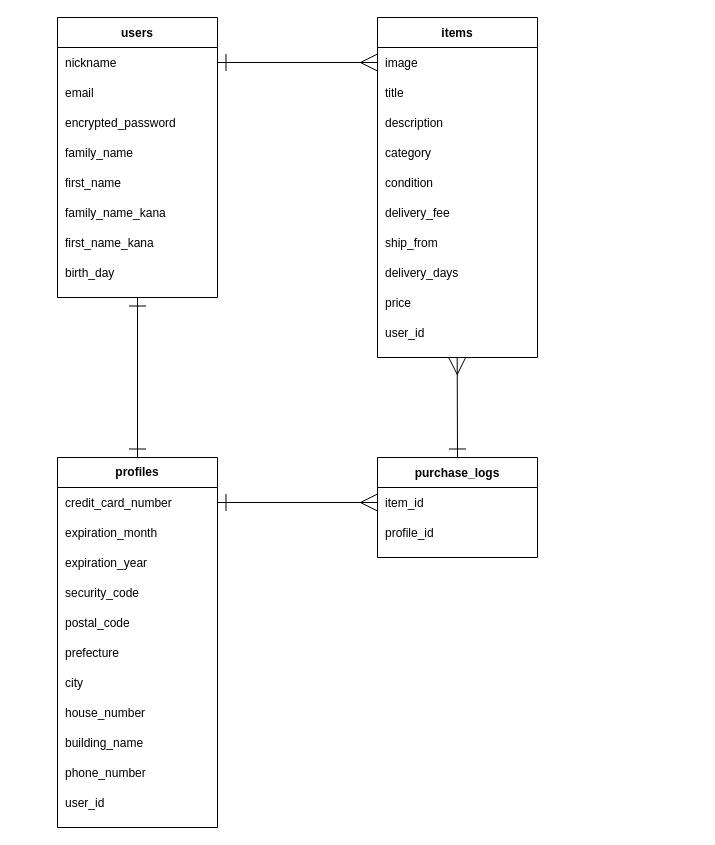
Before: er.dio in Maikowazowski/furima-35921, a draw.io diagram. Source tidied: cells renumbered, new cells numbered last; positions are measured from the earlier drawing's top-left corner, leaving out a move shared by most shapes. Both pictures are drawn from the tidied source at 100%, with x=0, y=0 at pixel (57, 17).
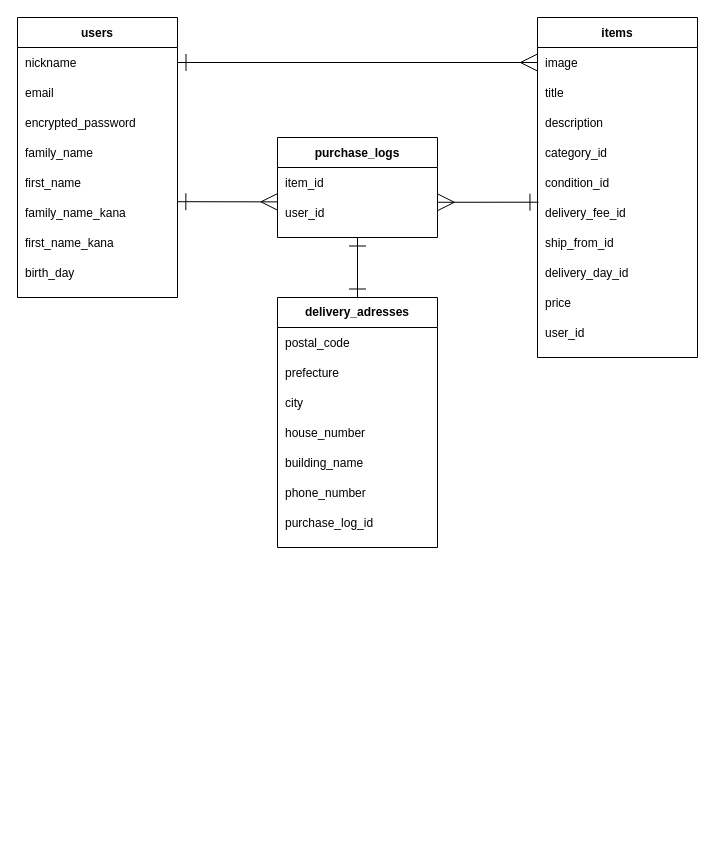
After the change.

Commit message (it also covers changes not shown here):
テーブル設計修正

Unchanged cells that the change refers to:
```xml
<mxCell id="15" style="shape=partialRectangle;fillColor=none;top=0;left=0;bottom=0;right=0;points=[[0,0.5],[1,0.5]];portConstraint=eastwest;" parent="4" vertex="1">
  <mxGeometry y="180" width="160" height="30" as="geometry" />
</mxCell>
<mxCell id="51" style="shape=partialRectangle;fillColor=none;top=0;left=0;bottom=0;right=0;" parent="44" vertex="1">
  <mxGeometry y="120" width="160" height="30" as="geometry" />
</mxCell>
<mxCell id="53" style="shape=partialRectangle;fillColor=none;top=0;left=0;bottom=0;right=0;" parent="44" vertex="1">
  <mxGeometry y="150" width="160" height="30" as="geometry" />
</mxCell>
<mxCell id="55" style="shape=partialRectangle;fillColor=none;top=0;left=0;bottom=0;right=0;points=[[0,0.5],[1,0.5]];portConstraint=eastwest;" parent="44" vertex="1">
  <mxGeometry y="180" width="160" height="30" as="geometry" />
</mxCell>
<mxCell id="57" style="shape=partialRectangle;fillColor=none;top=0;left=0;bottom=0;right=0;" parent="44" vertex="1">
  <mxGeometry y="210" width="160" height="30" as="geometry" />
</mxCell>
<mxCell id="59" style="shape=partialRectangle;fillColor=none;top=0;left=0;bottom=0;right=0;" parent="44" vertex="1">
  <mxGeometry y="240" width="160" height="30" as="geometry" />
</mxCell>
<mxCell id="67" style="shape=partialRectangle;fillColor=none;top=0;left=0;bottom=0;right=0;points=[[0,0.5],[1,0.5]];portConstraint=eastwest;" parent="66" vertex="1">
  <mxGeometry y="30" width="160" height="30" as="geometry" />
</mxCell>
<mxCell id="69" style="shape=partialRectangle;fillColor=none;top=0;left=0;bottom=0;right=0;points=[[0,0.5],[1,0.5]];portConstraint=eastwest;" parent="66" vertex="1">
  <mxGeometry y="60" width="160" height="30" as="geometry" />
</mxCell>
```

Diff of the diagram source:
```diff
@@
-    <mxCell id="3" style="edgeStyle=none;rounded=0;jettySize=auto;html=1;exitX=0.5;exitY=1;exitDx=0;exitDy=0;entryX=0.5;entryY=0;entryDx=0;entryDy=0;startArrow=ERone;startFill=0;endArrow=ERone;endFill=0;startSize=15;endSize=15;strokeWidth=1;" parent="1" edge="1" source="4" target="21">
-      <mxGeometry relative="1" as="geometry" />
-    </mxCell>
     <mxCell id="4" value="users" style="shape=table;startSize=30;childLayout=tableLayout;rowLines=0;fontStyle=1;align=center;" parent="1" vertex="1">
-      <mxGeometry width="160" height="280" as="geometry" />
+      <mxGeometry x="-40" width="160" height="280" as="geometry" />
     </mxCell>
@@
-    <mxCell id="21" value="profiles" style="shape=table;startSize=30;childLayout=tableLayout;rowLines=0;fontStyle=1;align=center;labelBorderColor=none;whiteSpace=wrap;gradientColor=#ffffff;" parent="1" vertex="1">
-      <mxGeometry y="440" width="160" height="370" as="geometry" />
+    <mxCell id="21" value="delivery_adresses" style="shape=table;startSize=30;childLayout=tableLayout;rowLines=0;fontStyle=1;align=center;labelBorderColor=none;whiteSpace=wrap;gradientColor=#ffffff;" parent="1" vertex="1">
+      <mxGeometry x="220" y="280" width="160" height="250" as="geometry" />
     </mxCell>
-    <mxCell id="22" style="shape=partialRectangle;fillColor=none;top=0;left=0;bottom=0;right=0;points=[[0,0.5],[1,0.5]];portConstraint=eastwest;" parent="21" vertex="1">
-      <mxGeometry y="30" width="160" height="30" as="geometry" />
-    </mxCell>
-    <mxCell id="23" value="credit_card_number" style="shape=partialRectangle;fillColor=none;top=0;left=0;bottom=0;right=0;align=left;spacingLeft=6;overflow=hidden;" parent="22" vertex="1">
-      <mxGeometry width="160" height="30" as="geometry" />
-    </mxCell>
-    <mxCell id="24" style="shape=partialRectangle;fillColor=none;top=0;left=0;bottom=0;right=0;" parent="21" vertex="1">
-      <mxGeometry y="60" width="160" height="30" as="geometry" />
-    </mxCell>
-    <mxCell id="25" value="expiration_month" style="shape=partialRectangle;fillColor=none;top=0;left=0;bottom=0;right=0;align=left;spacingLeft=6;overflow=hidden;" parent="24" vertex="1">
-      <mxGeometry width="160" height="30" as="geometry" />
-    </mxCell>
-    <mxCell id="26" style="shape=partialRectangle;fillColor=none;top=0;left=0;bottom=0;right=0;" parent="21" vertex="1">
-      <mxGeometry y="90" width="160" height="30" as="geometry" />
-    </mxCell>
-    <mxCell id="27" value="expiration_year" style="shape=partialRectangle;fillColor=none;top=0;left=0;bottom=0;right=0;align=left;spacingLeft=6;overflow=hidden;" parent="26" vertex="1">
-      <mxGeometry width="160" height="30" as="geometry" />
-    </mxCell>
-    <mxCell id="28" style="shape=partialRectangle;fillColor=none;top=0;left=0;bottom=0;right=0;" parent="21" vertex="1">
-      <mxGeometry y="120" width="160" height="30" as="geometry" />
-    </mxCell>
-    <mxCell id="29" value="security_code" style="shape=partialRectangle;fillColor=none;top=0;left=0;bottom=0;right=0;align=left;spacingLeft=6;overflow=hidden;" parent="28" vertex="1">
-      <mxGeometry width="160" height="30" as="geometry" />
-    </mxCell>
     <mxCell id="30" style="shape=partialRectangle;fillColor=none;top=0;left=0;bottom=0;right=0;" parent="21" vertex="1">
-      <mxGeometry y="150" width="160" height="30" as="geometry" />
+      <mxGeometry y="30" width="160" height="30" as="geometry" />
     </mxCell>
@@
     <mxCell id="32" style="shape=partialRectangle;fillColor=none;top=0;left=0;bottom=0;right=0;" parent="21" vertex="1">
-      <mxGeometry y="180" width="160" height="30" as="geometry" />
+      <mxGeometry y="60" width="160" height="30" as="geometry" />
     </mxCell>
@@
     <mxCell id="34" style="shape=partialRectangle;fillColor=none;top=0;left=0;bottom=0;right=0;" parent="21" vertex="1">
-      <mxGeometry y="210" width="160" height="30" as="geometry" />
+      <mxGeometry y="90" width="160" height="30" as="geometry" />
     </mxCell>
@@
     <mxCell id="36" style="shape=partialRectangle;fillColor=none;top=0;left=0;bottom=0;right=0;" parent="21" vertex="1">
-      <mxGeometry y="240" width="160" height="30" as="geometry" />
+      <mxGeometry y="120" width="160" height="30" as="geometry" />
     </mxCell>
@@
     <mxCell id="38" style="shape=partialRectangle;fillColor=none;top=0;left=0;bottom=0;right=0;" parent="21" vertex="1">
-      <mxGeometry y="270" width="160" height="30" as="geometry" />
+      <mxGeometry y="150" width="160" height="30" as="geometry" />
     </mxCell>
@@
     <mxCell id="40" style="shape=partialRectangle;fillColor=none;top=0;left=0;bottom=0;right=0;" parent="21" vertex="1">
-      <mxGeometry y="300" width="160" height="30" as="geometry" />
+      <mxGeometry y="180" width="160" height="30" as="geometry" />
     </mxCell>
@@
     <mxCell id="42" style="shape=partialRectangle;fillColor=none;top=0;left=0;bottom=0;right=0;" parent="21" vertex="1">
-      <mxGeometry y="330" width="160" height="30" as="geometry" />
+      <mxGeometry y="210" width="160" height="30" as="geometry" />
     </mxCell>
-    <mxCell id="43" value="user_id" style="shape=partialRectangle;fillColor=none;top=0;left=0;bottom=0;right=0;align=left;spacingLeft=6;overflow=hidden;" parent="42" vertex="1">
+    <mxCell id="43" value="purchase_log_id" style="shape=partialRectangle;fillColor=none;top=0;left=0;bottom=0;right=0;align=left;spacingLeft=6;overflow=hidden;" parent="42" vertex="1">
       <mxGeometry width="160" height="30" as="geometry" />
     </mxCell>
     <mxCell id="44" value="items" style="shape=table;startSize=30;childLayout=tableLayout;rowLines=0;fontStyle=1;align=center;" parent="1" vertex="1">
-      <mxGeometry x="320" width="160" height="340" as="geometry" />
+      <mxGeometry x="480" width="160" height="340" as="geometry" />
     </mxCell>
@@
-    <mxCell id="52" value="category" style="shape=partialRectangle;fillColor=none;top=0;left=0;bottom=0;right=0;align=left;spacingLeft=6;overflow=hidden;" parent="51" vertex="1">
+    <mxCell id="52" value="category_id" style="shape=partialRectangle;fillColor=none;top=0;left=0;bottom=0;right=0;align=left;spacingLeft=6;overflow=hidden;" parent="51" vertex="1">
       <mxGeometry width="160" height="30" as="geometry" />
     </mxCell>
@@
-    <mxCell id="54" value="condition" style="shape=partialRectangle;fillColor=none;top=0;left=0;bottom=0;right=0;align=left;spacingLeft=6;overflow=hidden;" parent="53" vertex="1">
+    <mxCell id="54" value="condition_id" style="shape=partialRectangle;fillColor=none;top=0;left=0;bottom=0;right=0;align=left;spacingLeft=6;overflow=hidden;" parent="53" vertex="1">
       <mxGeometry width="160" height="30" as="geometry" />
     </mxCell>
@@
-    <mxCell id="56" value="delivery_fee" style="shape=partialRectangle;fillColor=none;top=0;left=0;bottom=0;right=0;align=left;spacingLeft=6;overflow=hidden;" parent="55" vertex="1">
+    <mxCell id="56" value="delivery_fee_id" style="shape=partialRectangle;fillColor=none;top=0;left=0;bottom=0;right=0;align=left;spacingLeft=6;overflow=hidden;" parent="55" vertex="1">
       <mxGeometry width="160" height="30" as="geometry" />
     </mxCell>
@@
-    <mxCell id="58" value="ship_from" style="shape=partialRectangle;fillColor=none;top=0;left=0;bottom=0;right=0;align=left;spacingLeft=6;overflow=hidden;" parent="57" vertex="1">
+    <mxCell id="58" value="ship_from_id" style="shape=partialRectangle;fillColor=none;top=0;left=0;bottom=0;right=0;align=left;spacingLeft=6;overflow=hidden;" parent="57" vertex="1">
       <mxGeometry width="160" height="30" as="geometry" />
     </mxCell>
@@
-    <mxCell id="60" value="delivery_days" style="shape=partialRectangle;fillColor=none;top=0;left=0;bottom=0;right=0;align=left;spacingLeft=6;overflow=hidden;" parent="59" vertex="1">
+    <mxCell id="60" value="delivery_day_id" style="shape=partialRectangle;fillColor=none;top=0;left=0;bottom=0;right=0;align=left;spacingLeft=6;overflow=hidden;" parent="59" vertex="1">
       <mxGeometry width="160" height="30" as="geometry" />
     </mxCell>
@@
-    <mxCell id="65" style="edgeStyle=none;rounded=0;jettySize=auto;html=1;exitX=0.5;exitY=0;exitDx=0;exitDy=0;startArrow=ERone;startFill=0;endArrow=ERmany;endFill=0;startSize=15;endSize=15;strokeWidth=1;" parent="1" edge="1" source="66">
-      <mxGeometry relative="1" as="geometry">
-        <mxPoint x="399.7" y="340" as="targetPoint" />
-      </mxGeometry>
-    </mxCell>
+    <mxCell id="72" style="edgeStyle=none;rounded=0;jettySize=auto;html=1;startArrow=ERone;startFill=0;endArrow=ERone;endFill=0;startSize=15;endSize=15;" parent="1" edge="1" source="66">
+      <mxGeometry relative="1" as="geometry">
+        <mxPoint x="300" y="280" as="targetPoint" />
+      </mxGeometry>
+    </mxCell>
     <mxCell id="66" value="purchase_logs" style="shape=table;startSize=30;childLayout=tableLayout;rowLines=0;fontStyle=1;align=center;" parent="1" vertex="1">
-      <mxGeometry x="320" y="440" width="160" height="100" as="geometry" />
+      <mxGeometry x="220" y="120" width="160" height="100" as="geometry" />
     </mxCell>
@@
-    <mxCell id="70" value="profile_id" style="shape=partialRectangle;fillColor=none;top=0;left=0;bottom=0;right=0;align=left;spacingLeft=6;overflow=hidden;" parent="69" vertex="1">
+    <mxCell id="70" value="user_id" style="shape=partialRectangle;fillColor=none;top=0;left=0;bottom=0;right=0;align=left;spacingLeft=6;overflow=hidden;" parent="69" vertex="1">
       <mxGeometry width="160" height="30" as="geometry" />
     </mxCell>
-    <mxCell id="71" style="edgeStyle=none;rounded=0;jettySize=auto;html=1;exitX=1;exitY=0.5;exitDx=0;exitDy=0;entryX=0;entryY=0.5;entryDx=0;entryDy=0;startArrow=ERone;startFill=0;endArrow=ERmany;endFill=0;startSize=15;endSize=15;strokeWidth=1;" parent="1" edge="1" source="22" target="67">
-      <mxGeometry relative="1" as="geometry" />
-    </mxCell>
+    <mxCell id="73" style="edgeStyle=none;rounded=0;jettySize=auto;html=1;startArrow=ERone;startFill=0;endSize=15;startSize=15;endArrow=ERmany;endFill=0;entryX=0.003;entryY=0.146;entryDx=0;entryDy=0;entryPerimeter=0;exitX=0.999;exitY=0.14;exitDx=0;exitDy=0;exitPerimeter=0;" parent="1" edge="1" source="15" target="69">
+      <mxGeometry relative="1" as="geometry" />
+    </mxCell>
+    <mxCell id="74" style="edgeStyle=none;rounded=0;jettySize=auto;html=1;startArrow=ERone;startFill=0;endArrow=ERmany;endFill=0;startSize=15;endSize=15;entryX=0.999;entryY=0.159;entryDx=0;entryDy=0;entryPerimeter=0;exitX=0.006;exitY=0.157;exitDx=0;exitDy=0;exitPerimeter=0;" parent="1" edge="1" source="55" target="69">
+      <mxGeometry relative="1" as="geometry" />
+    </mxCell>
```
